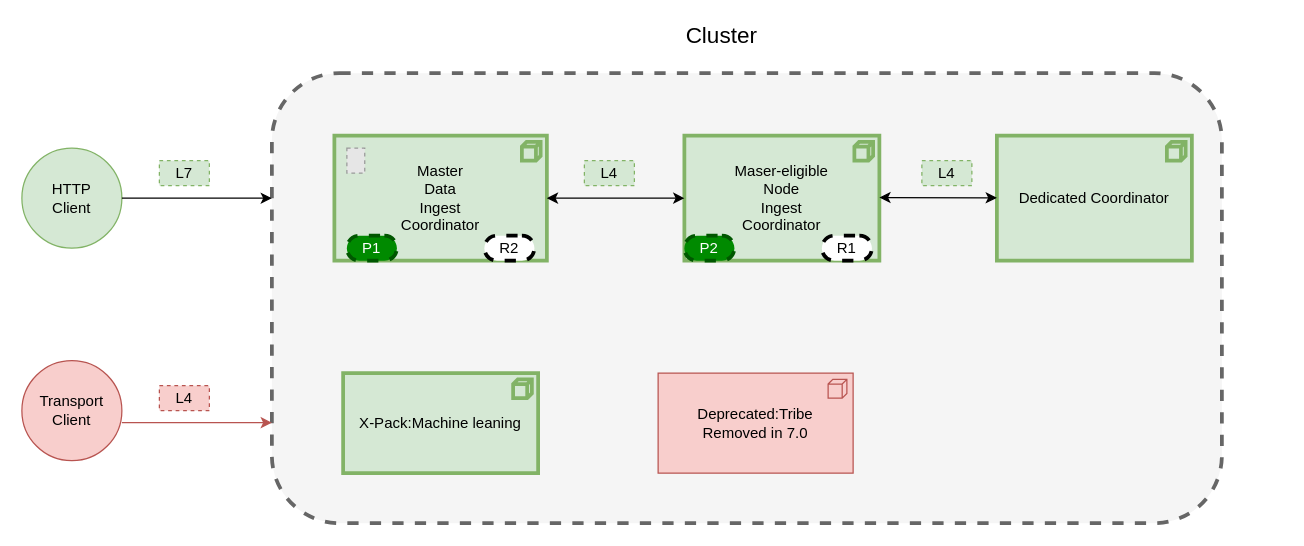
Earlier version of the draw.io diagram ES1.drawio (weizheng1990s/Diagram). Source tidied: cells renumbered, new cells numbered last; positions are measured from the earlier drawing's top-left corner, leaving out a move shared by most shapes. Both pictures are drawn from the tidied source at 125%, with x=0, y=0 at pixel (21, 22). Pictures stored in the file or linked from it are replaced by grey dashed boxes.
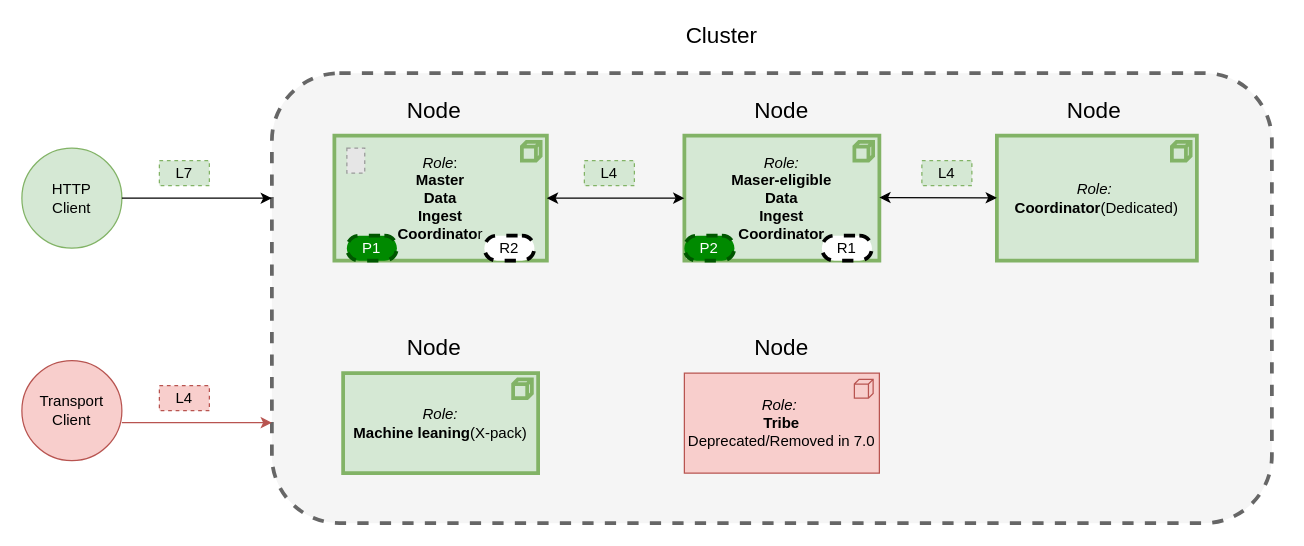
The same page after the edit.

What changed in the source:
```diff
@@
+    <mxCell id="24" style="edgeStyle=orthogonalEdgeStyle;rounded=0;jettySize=auto;html=1;exitX=1;exitY=0.5;exitDx=0;exitDy=0;" parent="1" edge="1" source="4">
+      <mxGeometry relative="1" as="geometry">
+        <mxPoint x="970" y="220" as="targetPoint" />
+      </mxGeometry>
+    </mxCell>
     <mxCell id="4" style="rounded=1;whiteSpace=wrap;html=1;dashed=1;strokeWidth=3;fillColor=#f5f5f5;strokeColor=#666666;fontColor=#333333;" parent="1" vertex="1">
-      <mxGeometry x="200" y="40" width="760" height="360" as="geometry" />
+      <mxGeometry x="200" y="40" width="800" height="360" as="geometry" />
     </mxCell>
-    <mxCell id="5" value="&lt;div&gt;Master&lt;/div&gt;&lt;div&gt;&lt;div&gt;Data&lt;/div&gt;&lt;/div&gt;&lt;div&gt;Ingest&lt;/div&gt;&lt;div&gt;Coordinator&lt;/div&gt;" style="html=1;outlineConnect=0;whiteSpace=wrap;fillColor=#d5e8d4;shape=mxgraph.archimate3.application;appType=node;archiType=square;align=center;strokeColor=#82b366;strokeWidth=3;" parent="1" vertex="1">
+    <mxCell id="5" value="&lt;div&gt;&lt;i&gt;Role&lt;/i&gt;:&lt;/div&gt;&lt;div&gt;&lt;b&gt;Master&lt;/b&gt;&lt;/div&gt;&lt;div&gt;&lt;div&gt;&lt;b&gt;Data&lt;/b&gt;&lt;/div&gt;&lt;/div&gt;&lt;div&gt;&lt;b&gt;Ingest&lt;/b&gt;&lt;/div&gt;&lt;div&gt;&lt;b&gt;Coordinato&lt;/b&gt;r&lt;/div&gt;" style="html=1;outlineConnect=0;whiteSpace=wrap;fillColor=#d5e8d4;shape=mxgraph.archimate3.application;appType=node;archiType=square;align=center;strokeColor=#82b366;strokeWidth=3;" parent="1" vertex="1">
       <mxGeometry x="250" y="90" width="170" height="100" as="geometry" />
     </mxCell>
-    <mxCell id="6" value="Maser-eligible&lt;br&gt;Node&lt;br&gt;Ingest&lt;br&gt;Coordinator" style="html=1;outlineConnect=0;whiteSpace=wrap;fillColor=#d5e8d4;shape=mxgraph.archimate3.application;appType=node;archiType=square;strokeColor=#82b366;strokeWidth=3;" parent="1" vertex="1">
+    <mxCell id="6" value="&lt;i&gt;Role:&lt;br&gt;&lt;/i&gt;&lt;b&gt;Maser-eligible&lt;br&gt;Data&lt;br&gt;Ingest&lt;br&gt;Coordinator&lt;/b&gt;" style="html=1;outlineConnect=0;whiteSpace=wrap;fillColor=#d5e8d4;shape=mxgraph.archimate3.application;appType=node;archiType=square;strokeColor=#82b366;strokeWidth=3;" parent="1" vertex="1">
       <mxGeometry x="530" y="90" width="156" height="100" as="geometry" />
     </mxCell>
-    <mxCell id="7" value="Dedicated Coordinator" style="html=1;outlineConnect=0;whiteSpace=wrap;fillColor=#d5e8d4;shape=mxgraph.archimate3.application;appType=node;archiType=square;strokeColor=#82b366;strokeWidth=3;" parent="1" vertex="1">
-      <mxGeometry x="780" y="90" width="156" height="100" as="geometry" />
+    <mxCell id="7" value="&lt;i&gt;Role:&amp;nbsp;&lt;/i&gt;&lt;br&gt;&lt;b&gt;Coordinator&lt;/b&gt;(Dedicated)" style="html=1;outlineConnect=0;whiteSpace=wrap;fillColor=#d5e8d4;shape=mxgraph.archimate3.application;appType=node;archiType=square;strokeColor=#82b366;strokeWidth=3;" parent="1" vertex="1">
+      <mxGeometry x="780" y="90" width="160" height="100" as="geometry" />
     </mxCell>
-    <mxCell id="8" value="X-Pack:Machine leaning" style="html=1;whiteSpace=wrap;fillColor=#d5e8d4;shape=mxgraph.archimate3.application;appType=node;archiType=square;strokeColor=#82b366;strokeWidth=3;" parent="1" vertex="1">
+    <mxCell id="8" value="&lt;i&gt;Role:&lt;br&gt;&lt;/i&gt;&lt;b&gt;Machine leaning&lt;/b&gt;(X-pack)" style="html=1;whiteSpace=wrap;fillColor=#d5e8d4;shape=mxgraph.archimate3.application;appType=node;archiType=square;strokeColor=#82b366;strokeWidth=3;" parent="1" vertex="1">
       <mxGeometry x="257" y="280" width="156" height="80" as="geometry" />
     </mxCell>
-    <mxCell id="9" value="Deprecated:Tribe&lt;br&gt;Removed in 7.0" style="html=1;whiteSpace=wrap;fillColor=#f8cecc;shape=mxgraph.archimate3.application;appType=node;archiType=square;strokeColor=#b85450;" parent="1" vertex="1">
-      <mxGeometry x="509" y="280" width="156" height="80" as="geometry" />
+    <mxCell id="9" value="&lt;i&gt;Role:&amp;nbsp;&lt;br&gt;&lt;/i&gt;&lt;b&gt;Tribe&lt;/b&gt;&lt;br&gt;Deprecated/Removed in 7.0" style="html=1;whiteSpace=wrap;fillColor=#f8cecc;shape=mxgraph.archimate3.application;appType=node;archiType=square;strokeColor=#b85450;" parent="1" vertex="1">
+      <mxGeometry x="530" y="280" width="156" height="80" as="geometry" />
     </mxCell>
@@
+    <mxCell id="25" value="&lt;font style=&quot;font-size: 18px&quot;&gt;Node&lt;/font&gt;" style="text;html=1;strokeColor=none;fillColor=none;align=center;verticalAlign=middle;whiteSpace=wrap;rounded=0;dashed=1;" parent="1" vertex="1">
+      <mxGeometry x="310" y="60" width="40" height="20" as="geometry" />
+    </mxCell>
+    <mxCell id="26" value="&lt;font style=&quot;font-size: 18px&quot;&gt;Node&lt;/font&gt;" style="text;html=1;strokeColor=none;fillColor=none;align=center;verticalAlign=middle;whiteSpace=wrap;rounded=0;dashed=1;" parent="1" vertex="1">
+      <mxGeometry x="588" y="60" width="40" height="20" as="geometry" />
+    </mxCell>
+    <mxCell id="27" value="&lt;font style=&quot;font-size: 18px&quot;&gt;Node&lt;/font&gt;" style="text;html=1;strokeColor=none;fillColor=none;align=center;verticalAlign=middle;whiteSpace=wrap;rounded=0;dashed=1;" parent="1" vertex="1">
+      <mxGeometry x="838" y="60" width="40" height="20" as="geometry" />
+    </mxCell>
+    <mxCell id="28" value="&lt;font style=&quot;font-size: 18px&quot;&gt;Node&lt;/font&gt;" style="text;html=1;strokeColor=none;fillColor=none;align=center;verticalAlign=middle;whiteSpace=wrap;rounded=0;dashed=1;" parent="1" vertex="1">
+      <mxGeometry x="310" y="250" width="40" height="20" as="geometry" />
+    </mxCell>
+    <mxCell id="29" value="&lt;font style=&quot;font-size: 18px&quot;&gt;Node&lt;/font&gt;" style="text;html=1;strokeColor=none;fillColor=none;align=center;verticalAlign=middle;whiteSpace=wrap;rounded=0;dashed=1;" parent="1" vertex="1">
+      <mxGeometry x="588" y="250" width="40" height="20" as="geometry" />
+    </mxCell>
```
